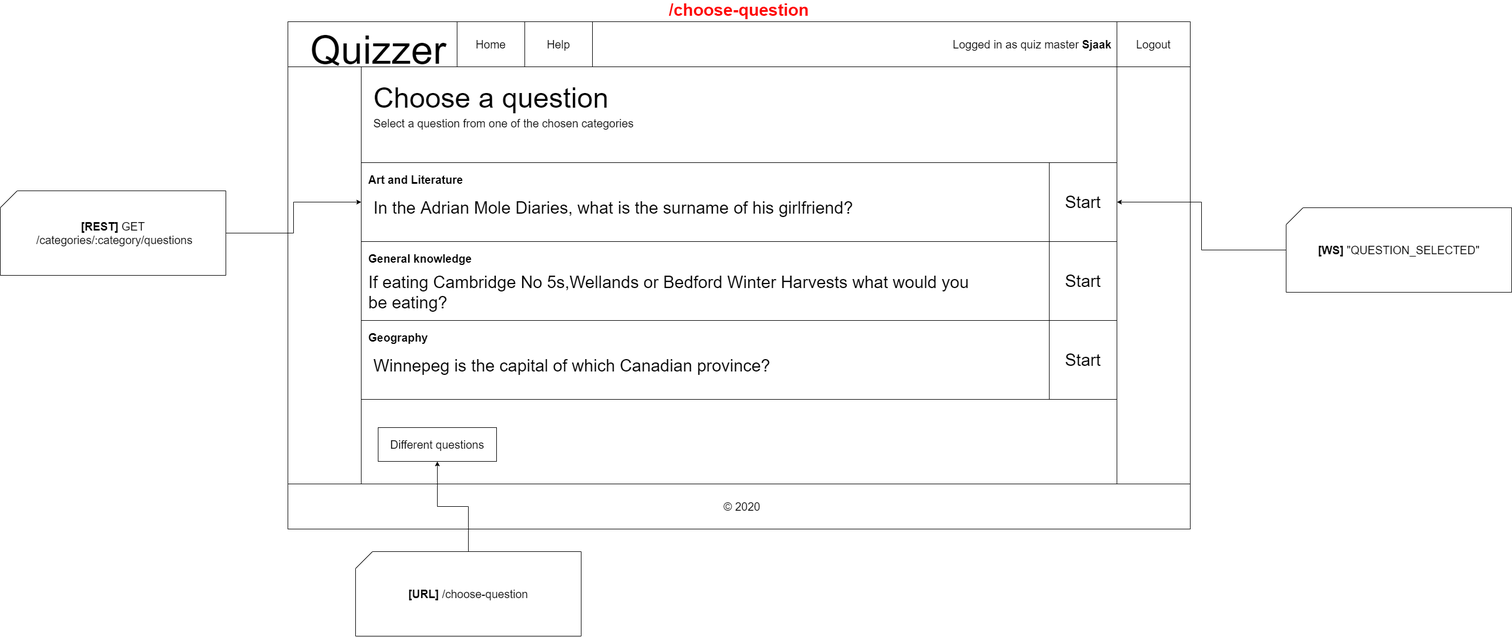
The draw.io diagram docs/wireframes-with-interactions/quizmaster-questions.png in IkBenDeSjaak/Quizzer, before a commit. Source tidied: cells renumbered, new cells last; positions are measured from the earlier drawing's top-left corner, leaving out a move shared by most shapes. Source of this version:
```xml
<mxGraphModel>
  <root>
    <mxCell id="0" />
    <mxCell id="1" parent="0" />
    <mxCell id="2" style="group;" parent="1" vertex="1">
      <mxGeometry x="510" width="1600" height="900" as="geometry" />
    </mxCell>
    <mxCell id="3" value="/choose-question" style="rounded=0;whiteSpace=wrap;html=1;fontStyle=1;fontSize=30;labelPosition=center;verticalLabelPosition=top;align=center;verticalAlign=bottom;fontColor=#FF0000;" parent="2" vertex="1">
      <mxGeometry width="1600" height="900" as="geometry" />
    </mxCell>
    <mxCell id="4" style="rounded=0;whiteSpace=wrap;html=1;" parent="2" vertex="1">
      <mxGeometry width="1600" height="80" as="geometry" />
    </mxCell>
    <mxCell id="5" value="&lt;font style=&quot;font-size: 70px&quot;&gt;Quizzer&lt;/font&gt;" style="text;html=1;align=center;verticalAlign=middle;" parent="2" vertex="1">
      <mxGeometry x="30" y="30" width="260" height="40" as="geometry" />
    </mxCell>
    <mxCell id="6" style="rounded=0;whiteSpace=wrap;html=1;" parent="2" vertex="1">
      <mxGeometry x="130" y="80" width="1340" height="740" as="geometry" />
    </mxCell>
    <mxCell id="7" style="rounded=0;whiteSpace=wrap;html=1;" parent="2" vertex="1">
      <mxGeometry y="820" width="1600" height="80" as="geometry" />
    </mxCell>
    <mxCell id="8" value="&lt;font style=&quot;font-size: 20px&quot;&gt;© 2020&lt;/font&gt;" style="text;html=1;align=center;verticalAlign=middle;" parent="2" vertex="1">
      <mxGeometry x="765" y="850" width="80" height="20" as="geometry" />
    </mxCell>
    <mxCell id="9" value="Home" style="rounded=0;whiteSpace=wrap;html=1;fontSize=20;" parent="2" vertex="1">
      <mxGeometry x="300" width="120" height="80" as="geometry" />
    </mxCell>
    <mxCell id="10" value="Help" style="rounded=0;whiteSpace=wrap;html=1;fontSize=20;" parent="2" vertex="1">
      <mxGeometry x="420" width="120" height="80" as="geometry" />
    </mxCell>
    <mxCell id="11" style="rounded=0;whiteSpace=wrap;html=1;" parent="2" vertex="1">
      <mxGeometry x="130" y="80" width="1340" height="170" as="geometry" />
    </mxCell>
    <mxCell id="12" value="&lt;span style=&quot;font-size: 20px&quot;&gt;Select a question from one of the chosen categories&lt;/span&gt;" style="text;html=1;strokeColor=none;fillColor=none;align=left;verticalAlign=middle;whiteSpace=wrap;rounded=0;" parent="2" vertex="1">
      <mxGeometry x="150" y="170" width="570" height="20" as="geometry" />
    </mxCell>
    <mxCell id="13" value="&lt;span style=&quot;font-size: 50px&quot;&gt;Choose a question&lt;/span&gt;" style="text;html=1;align=left;verticalAlign=middle;" parent="2" vertex="1">
      <mxGeometry x="150" y="120" width="430" height="30" as="geometry" />
    </mxCell>
    <mxCell id="14" style="rounded=0;whiteSpace=wrap;html=1;align=left;" parent="2" vertex="1">
      <mxGeometry x="130" y="250" width="1340" height="140" as="geometry" />
    </mxCell>
    <mxCell id="15" value="&lt;div style=&quot;text-align: right&quot;&gt;Logged in as quiz master &lt;b&gt;Sjaak&lt;/b&gt;&lt;/div&gt;" style="text;html=1;strokeColor=none;fillColor=none;align=center;verticalAlign=middle;whiteSpace=wrap;rounded=0;fontSize=20;" parent="2" vertex="1">
      <mxGeometry x="1170" y="30" width="300" height="20" as="geometry" />
    </mxCell>
    <mxCell id="16" value="Logout" style="rounded=0;whiteSpace=wrap;html=1;fontSize=20;" parent="2" vertex="1">
      <mxGeometry x="1470" width="130" height="80" as="geometry" />
    </mxCell>
    <mxCell id="17" value="&lt;font style=&quot;font-size: 20px&quot;&gt;Different questions&lt;/font&gt;" style="rounded=0;whiteSpace=wrap;html=1;" parent="2" vertex="1">
      <mxGeometry x="160" y="720" width="210" height="60" as="geometry" />
    </mxCell>
    <mxCell id="18" value="&lt;span style=&quot;font-size: 20px&quot;&gt;&lt;b&gt;Art and Literature&lt;/b&gt;&lt;/span&gt;" style="text;html=1;strokeColor=none;fillColor=none;align=left;verticalAlign=middle;whiteSpace=wrap;rounded=0;" parent="2" vertex="1">
      <mxGeometry x="141" y="270" width="239" height="20" as="geometry" />
    </mxCell>
    <mxCell id="19" value="&lt;span style=&quot;background-color: rgb(255 , 255 , 255) ; font-size: 30px&quot;&gt;In the Adrian Mole Diaries, what is the surname of his girlfriend?&lt;/span&gt;" style="text;html=1;strokeColor=none;fillColor=none;align=left;verticalAlign=middle;whiteSpace=wrap;rounded=0;fontSize=30;" parent="2" vertex="1">
      <mxGeometry x="150" y="320" width="900" height="20" as="geometry" />
    </mxCell>
    <mxCell id="20" style="rounded=0;whiteSpace=wrap;html=1;align=left;" parent="2" vertex="1">
      <mxGeometry x="130" y="390" width="1340" height="140" as="geometry" />
    </mxCell>
    <mxCell id="21" value="If eating Cambridge No 5s,Wellands or Bedford Winter Harvests what would you be eating?" style="text;html=1;strokeColor=none;fillColor=none;align=left;verticalAlign=middle;whiteSpace=wrap;rounded=0;fontSize=30;" parent="2" vertex="1">
      <mxGeometry x="141" y="470" width="1100" height="20" as="geometry" />
    </mxCell>
    <mxCell id="22" value="&lt;b style=&quot;font-size: 20px&quot;&gt;General knowledge&lt;/b&gt;" style="text;html=1;strokeColor=none;fillColor=none;align=left;verticalAlign=middle;whiteSpace=wrap;rounded=0;" parent="2" vertex="1">
      <mxGeometry x="141" y="410" width="239" height="20" as="geometry" />
    </mxCell>
    <mxCell id="23" style="rounded=0;whiteSpace=wrap;html=1;align=left;" parent="2" vertex="1">
      <mxGeometry x="130" y="530" width="1340" height="140" as="geometry" />
    </mxCell>
    <mxCell id="24" value="Winnepeg is the capital of which Canadian province?" style="text;html=1;strokeColor=none;fillColor=none;align=left;verticalAlign=middle;whiteSpace=wrap;rounded=0;fontSize=30;" parent="2" vertex="1">
      <mxGeometry x="150" y="600" width="900" height="20" as="geometry" />
    </mxCell>
    <mxCell id="25" value="&lt;b style=&quot;font-size: 20px&quot;&gt;Geography&lt;/b&gt;" style="text;html=1;strokeColor=none;fillColor=none;align=left;verticalAlign=middle;whiteSpace=wrap;rounded=0;" parent="2" vertex="1">
      <mxGeometry x="141" y="550" width="239" height="20" as="geometry" />
    </mxCell>
    <mxCell id="26" value="Start" style="rounded=0;whiteSpace=wrap;html=1;fontSize=30;align=center;" parent="2" vertex="1">
      <mxGeometry x="1350" y="250" width="120" height="140" as="geometry" />
    </mxCell>
    <mxCell id="27" value="Start" style="rounded=0;whiteSpace=wrap;html=1;fontSize=30;align=center;" parent="2" vertex="1">
      <mxGeometry x="1350" y="390" width="120" height="140" as="geometry" />
    </mxCell>
    <mxCell id="28" value="Start" style="rounded=0;whiteSpace=wrap;html=1;fontSize=30;align=center;" parent="2" vertex="1">
      <mxGeometry x="1350" y="530" width="120" height="140" as="geometry" />
    </mxCell>
    <mxCell id="29" style="edgeStyle=orthogonalEdgeStyle;rounded=0;jettySize=auto;html=1;entryX=0;entryY=0.5;entryDx=0;entryDy=0;fontSize=20;" parent="1" edge="1" source="30" target="14">
      <mxGeometry relative="1" as="geometry" />
    </mxCell>
    <mxCell id="30" value="&lt;b&gt;[REST]&lt;/b&gt;&amp;nbsp;GET&lt;br&gt;&amp;nbsp;/categories/:category/questions" style="shape=card;whiteSpace=wrap;html=1;fontSize=20;" parent="1" vertex="1">
      <mxGeometry y="300" width="400" height="150" as="geometry" />
    </mxCell>
    <mxCell id="31" style="edgeStyle=orthogonalEdgeStyle;rounded=0;jettySize=auto;html=1;entryX=1;entryY=0.5;entryDx=0;entryDy=0;fontSize=20;" parent="1" edge="1" source="32" target="26">
      <mxGeometry relative="1" as="geometry" />
    </mxCell>
    <mxCell id="32" value="&lt;b&gt;[WS]&lt;/b&gt;&amp;nbsp;&quot;QUESTION_SELECTED&quot;" style="shape=card;whiteSpace=wrap;html=1;fontSize=20;" parent="1" vertex="1">
      <mxGeometry x="2280" y="330" width="400" height="150" as="geometry" />
    </mxCell>
    <mxCell id="33" style="edgeStyle=orthogonalEdgeStyle;rounded=0;jettySize=auto;html=1;entryX=0.5;entryY=1;entryDx=0;entryDy=0;fontSize=20;" parent="1" edge="1" source="34" target="17">
      <mxGeometry relative="1" as="geometry" />
    </mxCell>
    <mxCell id="34" value="&lt;b&gt;[URL]&lt;/b&gt;&amp;nbsp;/choose-question" style="shape=card;whiteSpace=wrap;html=1;fontSize=20;" parent="1" vertex="1">
      <mxGeometry x="630" y="940" width="400" height="150" as="geometry" />
    </mxCell>
  </root>
</mxGraphModel>
```
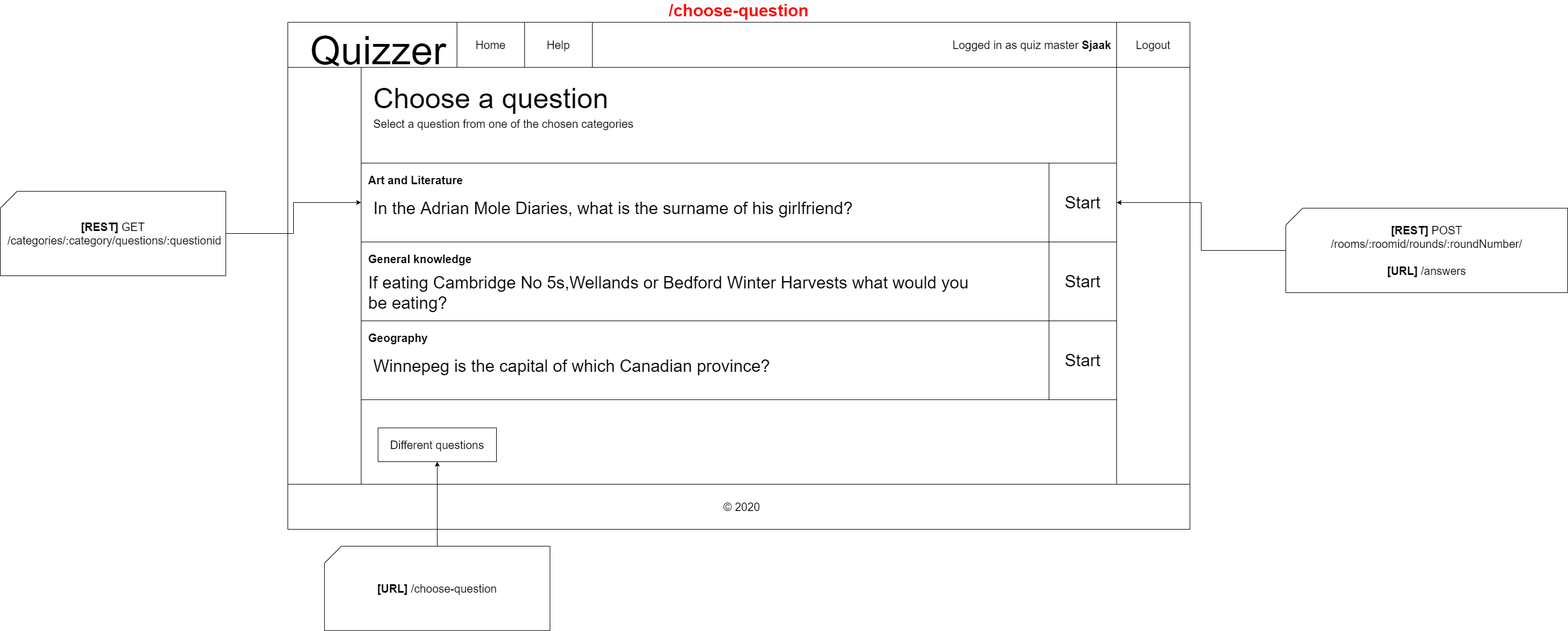
The same file after the commit.

The edit, as a diff of the source:
```diff
@@ -86,20 +86,20 @@
     <mxCell id="29" style="edgeStyle=orthogonalEdgeStyle;rounded=0;jettySize=auto;html=1;entryX=0;entryY=0.5;entryDx=0;entryDy=0;fontSize=20;" parent="1" edge="1" source="30" target="14">
       <mxGeometry relative="1" as="geometry" />
     </mxCell>
-    <mxCell id="30" value="&lt;b&gt;[REST]&lt;/b&gt;&amp;nbsp;GET&lt;br&gt;&amp;nbsp;/categories/:category/questions" style="shape=card;whiteSpace=wrap;html=1;fontSize=20;" parent="1" vertex="1">
+    <mxCell id="30" value="&lt;b&gt;[REST]&lt;/b&gt;&amp;nbsp;GET&lt;br&gt;&amp;nbsp;/categories/:category/questions/:questionid" style="shape=card;whiteSpace=wrap;html=1;fontSize=20;" parent="1" vertex="1">
       <mxGeometry y="300" width="400" height="150" as="geometry" />
     </mxCell>
     <mxCell id="31" style="edgeStyle=orthogonalEdgeStyle;rounded=0;jettySize=auto;html=1;entryX=1;entryY=0.5;entryDx=0;entryDy=0;fontSize=20;" parent="1" edge="1" source="32" target="26">
       <mxGeometry relative="1" as="geometry" />
     </mxCell>
-    <mxCell id="32" value="&lt;b&gt;[WS]&lt;/b&gt;&amp;nbsp;&quot;QUESTION_SELECTED&quot;" style="shape=card;whiteSpace=wrap;html=1;fontSize=20;" parent="1" vertex="1">
-      <mxGeometry x="2280" y="330" width="400" height="150" as="geometry" />
+    <mxCell id="32" value="&lt;b&gt;[REST]&lt;/b&gt;&amp;nbsp;POST&lt;br&gt;/rooms/:roomid/rounds/:roundNumber/&lt;br&gt;&lt;br&gt;&lt;b&gt;[URL]&lt;/b&gt;&amp;nbsp;/answers" style="shape=card;whiteSpace=wrap;html=1;fontSize=20;" parent="1" vertex="1">
+      <mxGeometry x="2280" y="330" width="500" height="150" as="geometry" />
     </mxCell>
     <mxCell id="33" style="edgeStyle=orthogonalEdgeStyle;rounded=0;jettySize=auto;html=1;entryX=0.5;entryY=1;entryDx=0;entryDy=0;fontSize=20;" parent="1" edge="1" source="34" target="17">
       <mxGeometry relative="1" as="geometry" />
     </mxCell>
     <mxCell id="34" value="&lt;b&gt;[URL]&lt;/b&gt;&amp;nbsp;/choose-question" style="shape=card;whiteSpace=wrap;html=1;fontSize=20;" parent="1" vertex="1">
-      <mxGeometry x="630" y="940" width="400" height="150" as="geometry" />
+      <mxGeometry x="575" y="930" width="400" height="150" as="geometry" />
     </mxCell>
   </root>
 </mxGraphModel>
```
